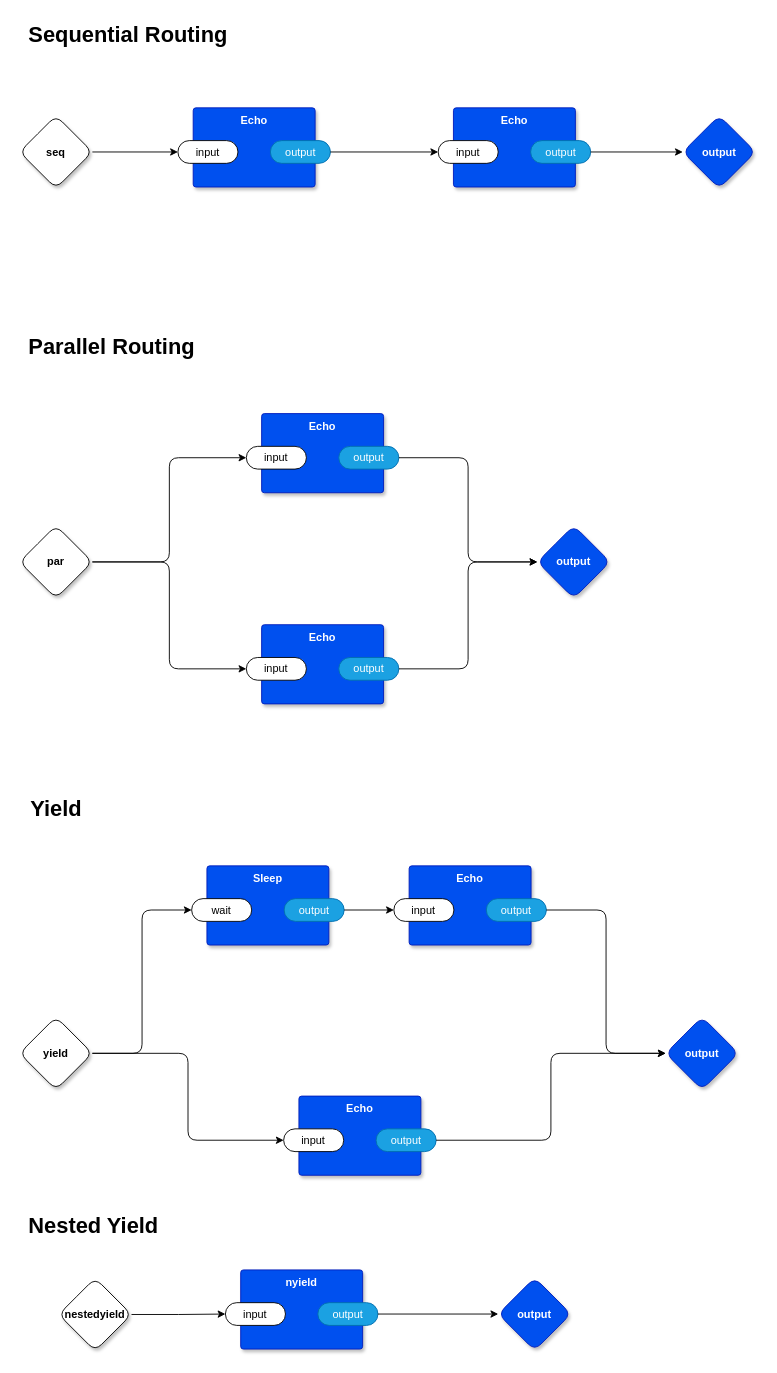
Before: page "main" (1 of 2) of example.drawio in guitarvydas/odin0d, a draw.io diagram. Source tidied: cells renumbered, new cells numbered last; positions are measured from the earlier drawing's top-left corner, leaving out a move shared by most shapes. Both pictures are drawn from the tidied source at 91%, with x=0, y=0 at pixel (19, 15).
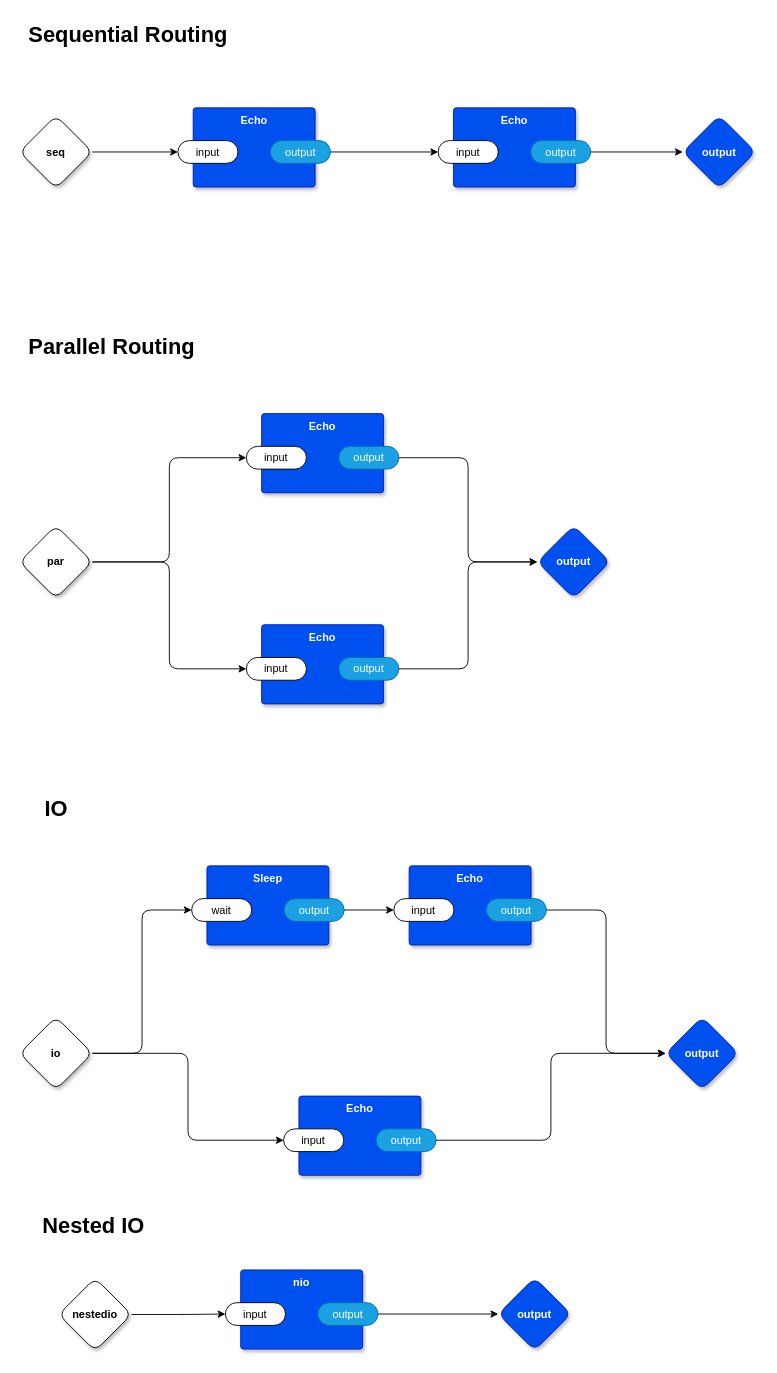
The same page after the edit.

Diff of the diagram source:
```diff
@@
-    <mxCell id="29" value="yield" style="rhombus;whiteSpace=wrap;html=1;rounded=1;fontStyle=1;glass=0;sketch=0;fontSize=12;points=[[0,0.5,0,0,0],[0.5,0,0,0,0],[0.5,1,0,0,0],[1,0.5,0,0,0]];shadow=1;" parent="1" vertex="1">
+    <mxCell id="29" value="io" style="rhombus;whiteSpace=wrap;html=1;rounded=1;fontStyle=1;glass=0;sketch=0;fontSize=12;points=[[0,0.5,0,0,0],[0.5,0,0,0,0],[0.5,1,0,0,0],[1,0.5,0,0,0]];shadow=1;" parent="1" vertex="1">
       <mxGeometry y="1100" width="80" height="80" as="geometry" />
     </mxCell>
@@
-    <mxCell id="43" value="&lt;b&gt;&lt;font style=&quot;font-size: 24px;&quot;&gt;Yield&lt;/font&gt;&lt;/b&gt;" style="text;html=1;align=center;verticalAlign=middle;strokeColor=none;fillColor=none;" parent="1" vertex="1">
-      <mxGeometry x="3" y="851" width="74" height="41" as="geometry" />
+    <mxCell id="43" value="&lt;b&gt;&lt;font style=&quot;font-size: 24px;&quot;&gt;IO&lt;/font&gt;&lt;/b&gt;" style="text;html=1;align=center;verticalAlign=middle;strokeColor=none;fillColor=none;" parent="1" vertex="1">
+      <mxGeometry x="15" y="852" width="50" height="40" as="geometry" />
     </mxCell>
@@
-    <mxCell id="45" value="nestedyield" style="rhombus;whiteSpace=wrap;html=1;rounded=1;fontStyle=1;glass=0;sketch=0;fontSize=12;points=[[0,0.5,0,0,0],[0.5,0,0,0,0],[0.5,1,0,0,0],[1,0.5,0,0,0]];shadow=1;" parent="1" vertex="1">
+    <mxCell id="45" value="nestedio" style="rhombus;whiteSpace=wrap;html=1;rounded=1;fontStyle=1;glass=0;sketch=0;fontSize=12;points=[[0,0.5,0,0,0],[0.5,0,0,0,0],[0.5,1,0,0,0],[1,0.5,0,0,0]];shadow=1;" parent="1" vertex="1">
       <mxGeometry x="43" y="1387" width="80" height="80" as="geometry" />
     </mxCell>
@@
-    <mxCell id="47" value="nyield" style="rounded=1;whiteSpace=wrap;html=1;sketch=0;verticalAlign=top;arcSize=6;fontStyle=1;absoluteArcSize=1;shadow=1;strokeColor=#001DBC;fillColor=#0050ef;fontColor=#ffffff;" parent="1" vertex="1">
+    <mxCell id="47" value="nio" style="rounded=1;whiteSpace=wrap;html=1;sketch=0;verticalAlign=top;arcSize=6;fontStyle=1;absoluteArcSize=1;shadow=1;strokeColor=#001DBC;fillColor=#0050ef;fontColor=#ffffff;" parent="1" vertex="1">
       <mxGeometry x="243" y="1378" width="134" height="87" as="geometry" />
     </mxCell>
@@
-    <mxCell id="51" value="&lt;b&gt;&lt;font style=&quot;font-size: 24px;&quot;&gt;Nested Yield&lt;/font&gt;&lt;/b&gt;" style="text;html=1;align=center;verticalAlign=middle;strokeColor=none;fillColor=none;" parent="1" vertex="1">
-      <mxGeometry y="1309" width="161" height="41" as="geometry" />
+    <mxCell id="51" value="&lt;b&gt;&lt;font style=&quot;font-size: 24px;&quot;&gt;Nested IO&lt;/font&gt;&lt;/b&gt;" style="text;html=1;align=center;verticalAlign=middle;strokeColor=none;fillColor=none;" parent="1" vertex="1">
+      <mxGeometry x="11" y="1310" width="140" height="40" as="geometry" />
     </mxCell>
```
